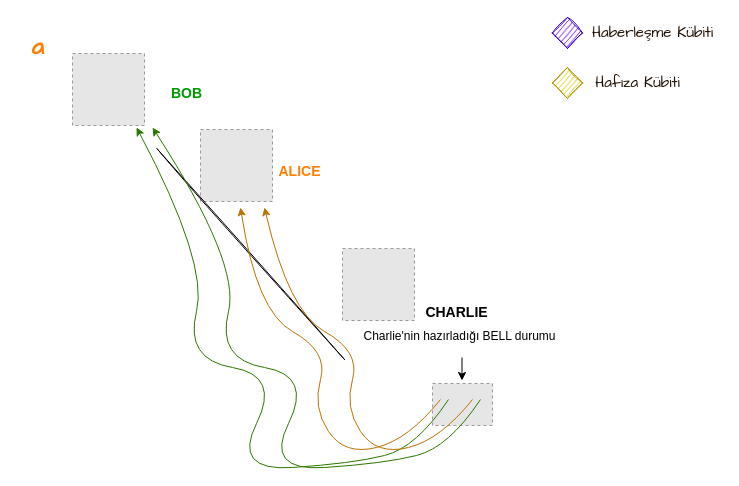
Before: Superdense Coding 1.drawio in elifoz/QuantumGraphics, a draw.io diagram. Source tidied: cells renumbered, new cells numbered last; positions are measured from the earlier drawing's top-left corner, leaving out a move shared by most shapes. Both pictures are drawn from the tidied source at 100%, with x=0, y=0 at pixel (17, 17). Pictures stored in the file or linked from it are replaced by grey dashed boxes.
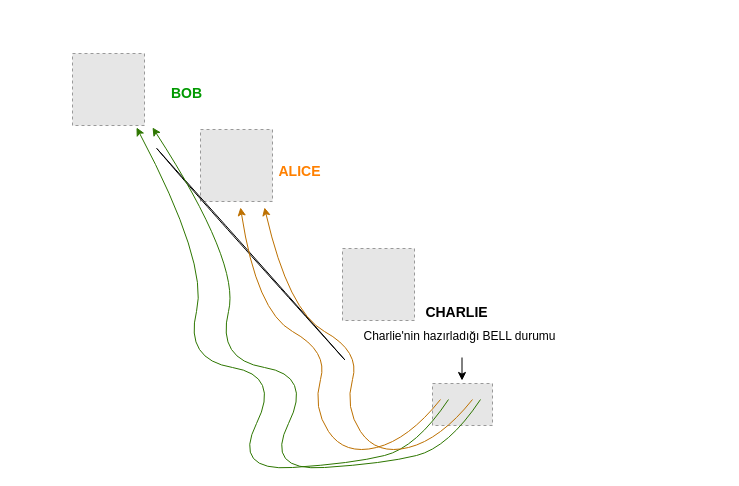
The same page after the edit.

Change to the diagram source:
```diff
@@
-    <mxCell id="9" value="&lt;b&gt;&lt;font color=&quot;#ff8000&quot; style=&quot;font-size: 24px;&quot;&gt;a&lt;/font&gt;&lt;/b&gt;" style="text;html=1;align=center;verticalAlign=middle;strokeColor=none;fillColor=none;fontSize=20;fontFamily=Architects Daughter;" parent="1" vertex="1">
-      <mxGeometry y="10" width="40" height="40" as="geometry" />
-    </mxCell>
-    <mxCell id="10" style="rhombus;whiteSpace=wrap;html=1;labelBackgroundColor=#FFFFFF;fontSize=14;fontColor=#ffffff;fillColor=#6a00ff;strokeColor=#3700CC;fillStyle=dots;sketch=1;rounded=0;" parent="1" vertex="1">
-      <mxGeometry x="535" width="30" height="31" as="geometry" />
-    </mxCell>
-    <mxCell id="11" style="rhombus;whiteSpace=wrap;html=1;labelBackgroundColor=#FFFFFF;fontSize=14;fontColor=#000000;fillColor=#e3c800;strokeColor=#B09500;fillStyle=dots;sketch=1;rounded=0;" parent="1" vertex="1">
-      <mxGeometry x="535" y="50" width="30" height="31" as="geometry" />
-    </mxCell>
-    <mxCell id="12" value="Haberleşme Kübiti" style="text;html=1;align=center;verticalAlign=middle;strokeColor=none;fillColor=none;fontSize=15;fontFamily=Architects Daughter;fontColor=#1F0F00;" parent="1" vertex="1">
-      <mxGeometry x="565" width="140" height="30" as="geometry" />
-    </mxCell>
-    <mxCell id="13" value="Hafıza Kübiti" style="text;html=1;align=center;verticalAlign=middle;strokeColor=none;fillColor=none;fontSize=15;fontFamily=Architects Daughter;fontColor=#1F0F00;" parent="1" vertex="1">
-      <mxGeometry x="565" y="50" width="110" height="30" as="geometry" />
-    </mxCell>
```
